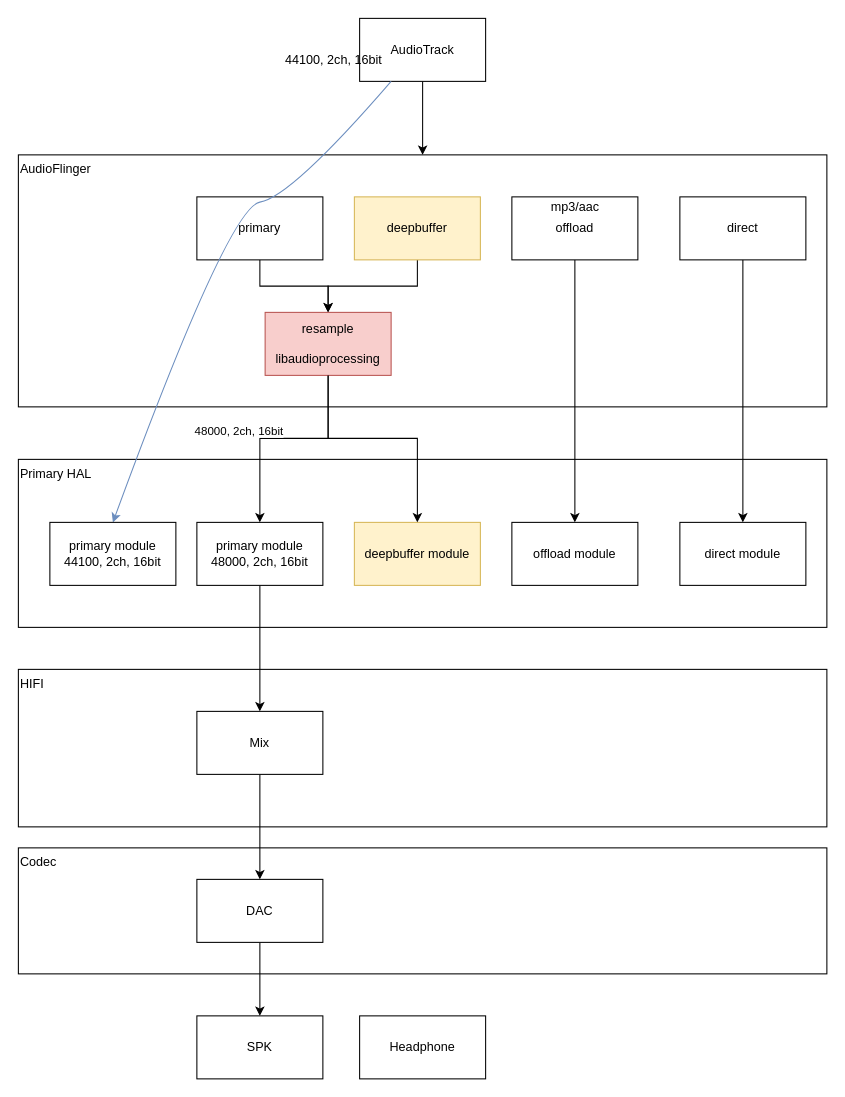
This is page "audio_resample" (3 of 3) of design.drawio from ccfriend/av_lab, a draw.io file, before an edit. Source tidied: cells renumbered, new cells numbered last; positions are measured from the earlier drawing's top-left corner, leaving out a move shared by most shapes. Both pictures are drawn from the tidied source at 105%, with x=0, y=0 at pixel (18, 18).
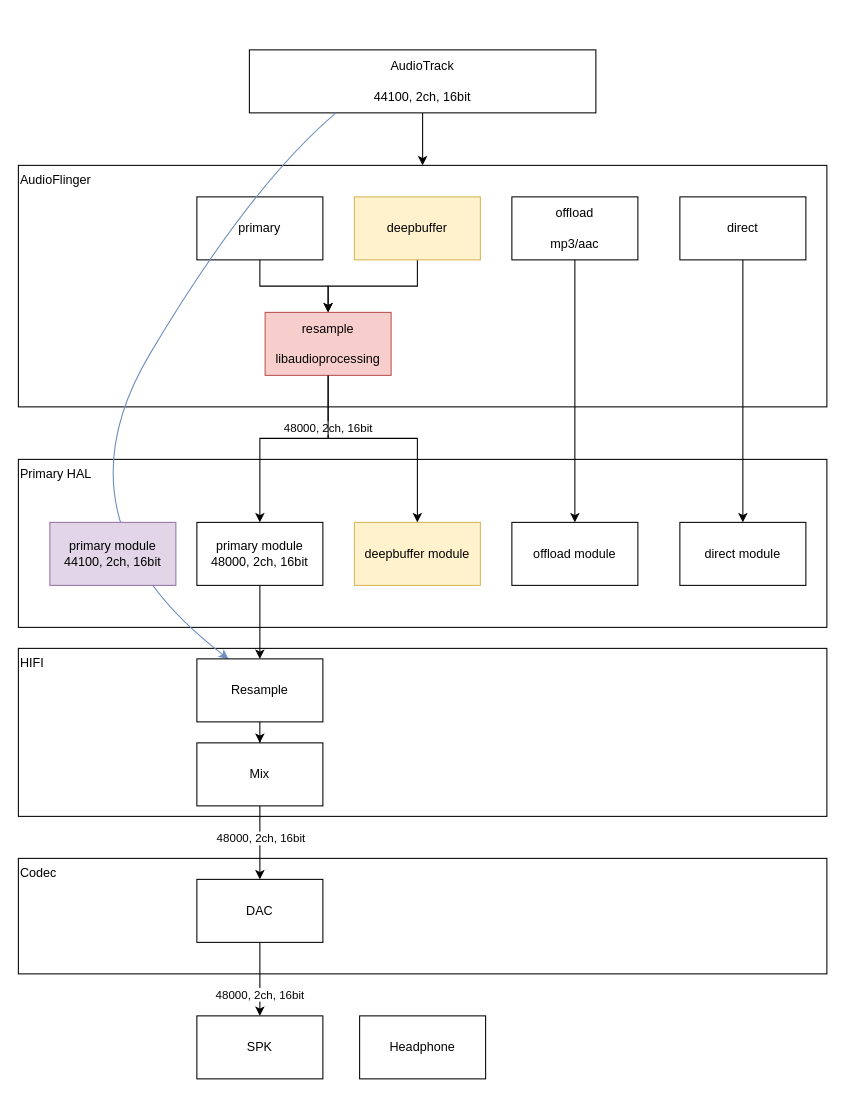
The same diagram, later.

Unchanged cells that the change refers to:
```xml
<mxCell id="19" value="resample&lt;br&gt;&lt;br&gt;libaudioprocessing" style="rounded=0;whiteSpace=wrap;html=1;fillColor=#f8cecc;strokeColor=#b85450;" parent="1" vertex="1">
  <mxGeometry x="235" y="280" width="120" height="60" as="geometry" />
</mxCell>
<mxCell id="21" value="primary module&lt;br&gt;48000, 2ch, 16bit" style="rounded=0;whiteSpace=wrap;html=1;" parent="1" vertex="1">
  <mxGeometry x="170" y="480" width="120" height="60" as="geometry" />
</mxCell>
<mxCell id="30" value="SPK" style="rounded=0;whiteSpace=wrap;html=1;" parent="1" vertex="1">
  <mxGeometry x="170" y="950" width="120" height="60" as="geometry" />
</mxCell>
```

Change to the diagram source:
```diff
@@
     <mxCell id="2" value="Codec" style="rounded=0;whiteSpace=wrap;html=1;align=left;verticalAlign=top;" parent="1" vertex="1">
-      <mxGeometry y="790" width="770" height="120" as="geometry" />
+      <mxGeometry y="800" width="770" height="110" as="geometry" />
     </mxCell>
     <mxCell id="3" value="HIFI" style="rounded=0;whiteSpace=wrap;html=1;align=left;verticalAlign=top;" parent="1" vertex="1">
-      <mxGeometry y="620" width="770" height="150" as="geometry" />
+      <mxGeometry y="600" width="770" height="160" as="geometry" />
     </mxCell>
@@
     <mxCell id="5" value="AudioFlinger" style="rounded=0;whiteSpace=wrap;html=1;align=left;verticalAlign=top;" parent="1" vertex="1">
-      <mxGeometry y="130" width="770" height="240" as="geometry" />
+      <mxGeometry y="140" width="770" height="230" as="geometry" />
     </mxCell>
@@
-    <mxCell id="11" value="offload" style="rounded=0;whiteSpace=wrap;html=1;" parent="1" vertex="1">
+    <mxCell id="11" value="offload&lt;br&gt;&lt;br&gt;&lt;span&gt;mp3/aac&lt;/span&gt;" style="rounded=0;whiteSpace=wrap;html=1;" parent="1" vertex="1">
       <mxGeometry x="470" y="170" width="120" height="60" as="geometry" />
     </mxCell>
@@
-    <mxCell id="15" value="AudioTrack" style="rounded=0;whiteSpace=wrap;html=1;" parent="1" vertex="1">
-      <mxGeometry x="325" width="120" height="60" as="geometry" />
+    <mxCell id="15" value="AudioTrack&lt;br&gt;&lt;br&gt;&lt;span&gt;44100, 2ch, 16bit&lt;/span&gt;" style="rounded=0;whiteSpace=wrap;html=1;" parent="1" vertex="1">
+      <mxGeometry x="220" y="30" width="330" height="60" as="geometry" />
     </mxCell>
@@
     <mxCell id="18" value="48000, 2ch, 16bit" style="edgeStyle=orthogonalEdgeStyle;rounded=0;jettySize=auto;html=1;" parent="1" edge="1" source="19" target="21">
-      <mxGeometry x="0.3" y="-25" relative="1" as="geometry">
+      <mxGeometry x="-0.51" relative="1" as="geometry">
         <Array as="points">
           <mxPoint x="295" y="400" />
           <mxPoint x="230" y="400" />
         </Array>
-        <mxPoint x="5" y="-15" as="offset" />
       </mxGeometry>
     </mxCell>
@@
-    <mxCell id="22" value="44100, 2ch, 16bit" style="text;html=1;align=center;verticalAlign=middle;fillColor=none;strokeColor=none;rounded=0;" parent="1" vertex="1">
-      <mxGeometry x="245" y="30" width="110" height="20" as="geometry" />
-    </mxCell>
@@
-    <mxCell id="25" style="curved=1;endArrow=classic;html=1;rounded=0;exitX=0.25;exitY=1;exitDx=0;exitDy=0;entryX=0.5;entryY=0;entryDx=0;entryDy=0;fillColor=#dae8fc;strokeColor=#6c8ebf;" parent="1" edge="1" source="15" target="27">
+    <mxCell id="25" style="curved=1;endArrow=classic;html=1;rounded=0;exitX=0.25;exitY=1;exitDx=0;exitDy=0;entryX=0.25;entryY=0;entryDx=0;entryDy=0;fillColor=#dae8fc;strokeColor=#6c8ebf;" parent="1" edge="1" source="15" target="29">
       <mxGeometry relative="1" as="geometry">
         <Array as="points">
-          <mxPoint x="260" y="170" />
-          <mxPoint x="200" y="180" />
+          <mxPoint x="220" y="160" />
+          <mxPoint x="30" y="480" />
         </Array>
       </mxGeometry>
     </mxCell>
-    <mxCell id="26" value="mp3/aac" style="text;html=1;align=center;verticalAlign=middle;fillColor=none;strokeColor=none;rounded=0;" parent="1" vertex="1">
-      <mxGeometry x="500" y="170" width="60" height="20" as="geometry" />
-    </mxCell>
-    <mxCell id="27" value="primary module&lt;br&gt;44100, 2ch, 16bit" style="rounded=0;whiteSpace=wrap;html=1;" parent="1" vertex="1">
+    <mxCell id="27" value="primary module&lt;br&gt;44100, 2ch, 16bit" style="rounded=0;whiteSpace=wrap;html=1;fillColor=#e1d5e7;strokeColor=#9673a6;" parent="1" vertex="1">
       <mxGeometry x="30" y="480" width="120" height="60" as="geometry" />
     </mxCell>
-    <mxCell id="28" style="edgeStyle=orthogonalEdgeStyle;rounded=0;jettySize=auto;html=1;" parent="1" edge="1" source="29" target="33">
+    <mxCell id="28" style="edgeStyle=orthogonalEdgeStyle;rounded=0;jettySize=auto;html=1;exitX=0.5;exitY=1;exitDx=0;exitDy=0;" parent="1" edge="1" source="36" target="33">
       <mxGeometry relative="1" as="geometry" />
     </mxCell>
+    <mxCell id="34" value="&lt;span style=&quot;font-family: &amp;#34;helvetica&amp;#34;&quot;&gt;48000, 2ch, 16bit&lt;/span&gt;" style="edgeLabel;html=1;align=center;verticalAlign=middle;" parent="28" vertex="1">
+      <mxGeometry x="0.22" y="2" relative="1" as="geometry">
+        <mxPoint x="-2" y="-13" as="offset" />
+      </mxGeometry>
+    </mxCell>
+    <mxCell id="35" style="edgeStyle=orthogonalEdgeStyle;rounded=0;jettySize=auto;html=1;" parent="1" edge="1" source="29" target="36">
+      <mxGeometry relative="1" as="geometry" />
+    </mxCell>
-    <mxCell id="29" value="Mix" style="rounded=0;whiteSpace=wrap;html=1;" parent="1" vertex="1">
-      <mxGeometry x="170" y="660" width="120" height="60" as="geometry" />
+    <mxCell id="29" value="Resample" style="rounded=0;whiteSpace=wrap;html=1;" parent="1" vertex="1">
+      <mxGeometry x="170" y="610" width="120" height="60" as="geometry" />
     </mxCell>
@@
+    <mxCell id="33" value="DAC" style="rounded=0;whiteSpace=wrap;html=1;" parent="1" vertex="1">
+      <mxGeometry x="170" y="820" width="120" height="60" as="geometry" />
+    </mxCell>
-    <mxCell id="32" style="edgeStyle=orthogonalEdgeStyle;rounded=0;jettySize=auto;html=1;entryX=0.5;entryY=0;entryDx=0;entryDy=0;" parent="1" edge="1" source="33" target="30">
-      <mxGeometry relative="1" as="geometry" />
+    <mxCell id="32" value="&lt;span style=&quot;color: rgb(0 , 0 , 0) ; font-family: &amp;#34;helvetica&amp;#34; ; font-size: 11px ; font-style: normal ; font-weight: 400 ; letter-spacing: normal ; text-align: center ; text-indent: 0px ; text-transform: none ; word-spacing: 0px ; background-color: rgb(255 , 255 , 255) ; display: inline ; float: none&quot;&gt;48000, 2ch, 16bit&lt;/span&gt;" style="edgeStyle=orthogonalEdgeStyle;rounded=0;jettySize=auto;html=1;entryX=0.5;entryY=0;entryDx=0;entryDy=0;" parent="1" edge="1" source="33" target="30">
+      <mxGeometry x="0.43" relative="1" as="geometry" />
     </mxCell>
-    <mxCell id="33" value="DAC" style="rounded=0;whiteSpace=wrap;html=1;" parent="1" vertex="1">
-      <mxGeometry x="170" y="820" width="120" height="60" as="geometry" />
-    </mxCell>
+    <mxCell id="36" value="Mix" style="rounded=0;whiteSpace=wrap;html=1;" parent="1" vertex="1">
+      <mxGeometry x="170" y="690" width="120" height="60" as="geometry" />
+    </mxCell>
```
